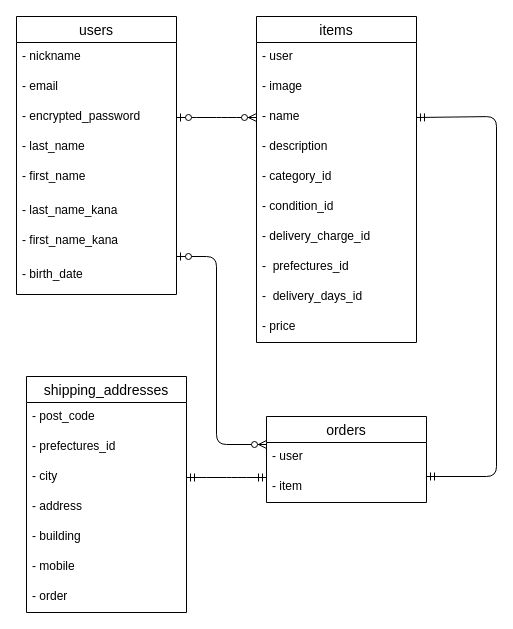
Earlier version of the draw.io diagram er.dio (prokoninaritai/furima-41494). Source tidied: cells renumbered, new cells numbered last; positions are measured from the earlier drawing's top-left corner, leaving out a move shared by most shapes. Both pictures are drawn from the tidied source at 100%, with x=0, y=0 at pixel (16, 16).
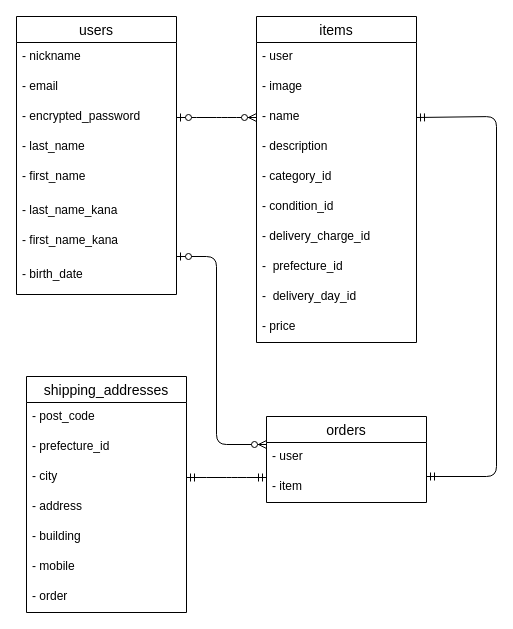
The same diagram, later.

The change refers to these unchanged cells:
```xml
<mxCell id="11" value="items" style="swimlane;fontStyle=0;horizontal=1;startSize=26;align=center;fontSize=14;" parent="1" vertex="1">
  <mxGeometry x="240" width="160" height="326" as="geometry" />
</mxCell>
<mxCell id="25" value="shipping_addresses" style="swimlane;fontStyle=0;horizontal=1;startSize=26;align=center;fontSize=14;" parent="1" vertex="1">
  <mxGeometry x="10" y="360" width="160" height="236" as="geometry" />
</mxCell>
```

The edit, as a diff of the source:
```diff
@@
-    <mxCell id="19" value="-  prefectures_id" style="text;strokeColor=none;fillColor=none;spacingLeft=4;spacingRight=4;overflow=hidden;fontSize=12;" parent="11" vertex="1">
+    <mxCell id="19" value="-  prefecture_id" style="text;strokeColor=none;fillColor=none;spacingLeft=4;spacingRight=4;overflow=hidden;fontSize=12;" parent="11" vertex="1">
       <mxGeometry y="236" width="160" height="30" as="geometry" />
     </mxCell>
-    <mxCell id="20" value="-  delivery_days_id" style="text;strokeColor=none;fillColor=none;spacingLeft=4;spacingRight=4;overflow=hidden;fontSize=12;" parent="11" vertex="1">
+    <mxCell id="20" value="-  delivery_day_id" style="text;strokeColor=none;fillColor=none;spacingLeft=4;spacingRight=4;overflow=hidden;fontSize=12;" parent="11" vertex="1">
       <mxGeometry y="266" width="160" height="30" as="geometry" />
     </mxCell>
@@
-    <mxCell id="27" value="- prefectures_id" style="text;strokeColor=none;fillColor=none;spacingLeft=4;spacingRight=4;overflow=hidden;fontSize=12;" parent="25" vertex="1">
+    <mxCell id="27" value="- prefecture_id" style="text;strokeColor=none;fillColor=none;spacingLeft=4;spacingRight=4;overflow=hidden;fontSize=12;" parent="25" vertex="1">
       <mxGeometry y="56" width="160" height="30" as="geometry" />
     </mxCell>
```
